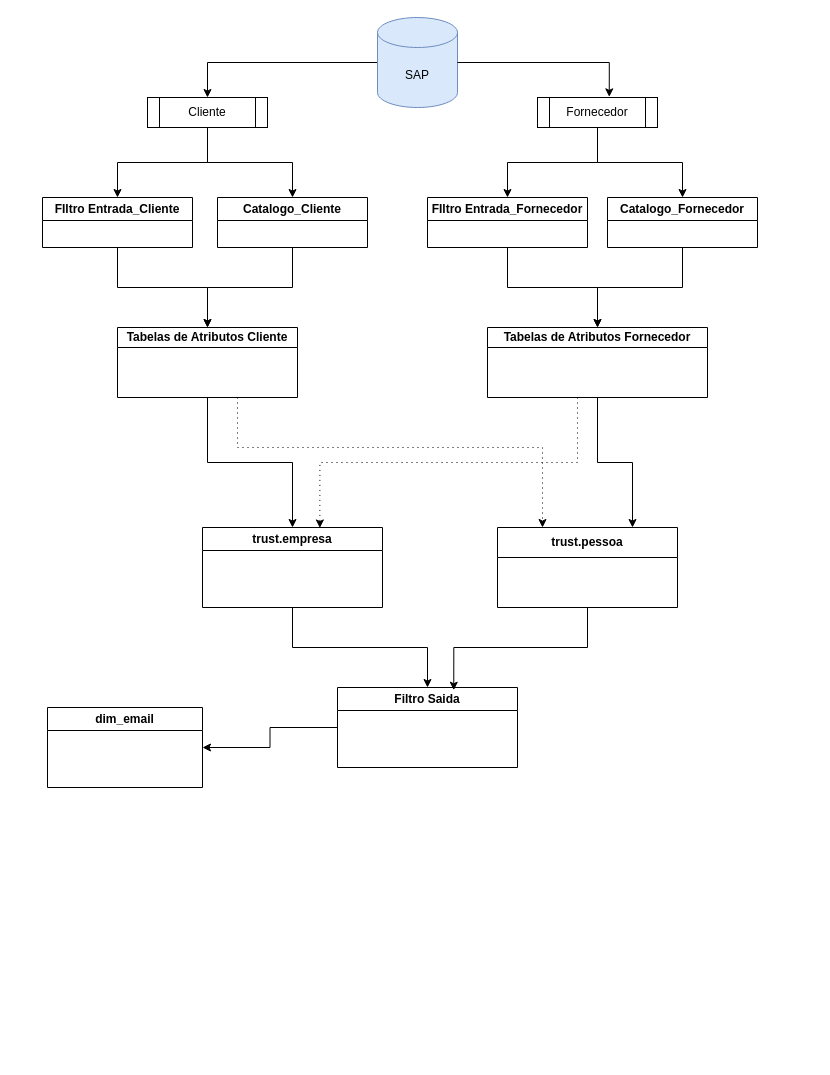
fabiomoraeslima/django-projeto1 keeps this draw.io diagram as Untitled Diagram.drawio. Above is the earlier version. Source tidied: cells renumbered, new cells numbered last; positions are measured from the earlier drawing's top-left corner, leaving out a move shared by most shapes. Both pictures are drawn from the tidied source at 100%, with x=0, y=0 at pixel (42, 17).
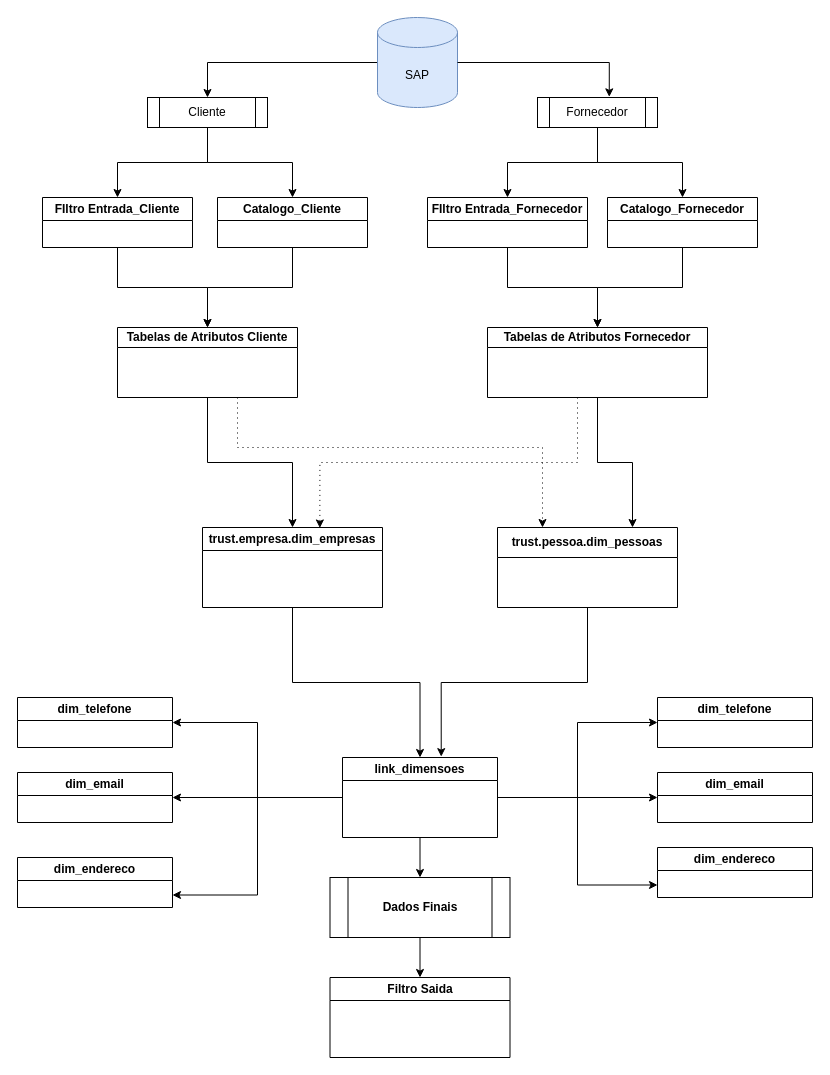
Above is the later version.

The edit, as a diff of the source:
```diff
@@
-    <mxCell id="24" style="edgeStyle=orthogonalEdgeStyle;rounded=0;jettySize=auto;html=1;entryX=0.5;entryY=0;entryDx=0;entryDy=0;" parent="1" edge="1" source="25" target="29">
-      <mxGeometry relative="1" as="geometry" />
-    </mxCell>
+    <mxCell id="32" style="edgeStyle=orthogonalEdgeStyle;rounded=0;jettySize=auto;html=1;" parent="1" edge="1" source="25" target="47">
+      <mxGeometry relative="1" as="geometry" />
+    </mxCell>
-    <mxCell id="25" value="trust.empresa" style="swimlane;whiteSpace=wrap;html=1;" parent="1" vertex="1">
+    <mxCell id="25" value="trust.empresa.dim_empresas" style="swimlane;whiteSpace=wrap;html=1;" parent="1" vertex="1">
       <mxGeometry x="160" y="510" width="180" height="80" as="geometry" />
     </mxCell>
-    <mxCell id="26" value="trust.pessoa" style="swimlane;whiteSpace=wrap;html=1;startSize=30;" parent="1" vertex="1">
+    <mxCell id="26" value="trust.pessoa.dim_pessoas" style="swimlane;whiteSpace=wrap;html=1;startSize=30;" parent="1" vertex="1">
       <mxGeometry x="455" y="510" width="180" height="80" as="geometry" />
     </mxCell>
@@
-    <mxCell id="28" style="edgeStyle=orthogonalEdgeStyle;rounded=0;jettySize=auto;html=1;entryX=1;entryY=0.5;entryDx=0;entryDy=0;" parent="1" edge="1" source="29" target="31">
-      <mxGeometry relative="1" as="geometry" />
-    </mxCell>
     <mxCell id="29" value="Filtro Saida" style="swimlane;whiteSpace=wrap;html=1;" parent="1" vertex="1">
-      <mxGeometry x="295" y="670" width="180" height="80" as="geometry" />
+      <mxGeometry x="287.5" y="960" width="180" height="80" as="geometry" />
     </mxCell>
-    <mxCell id="30" style="edgeStyle=orthogonalEdgeStyle;rounded=0;jettySize=auto;html=1;entryX=0.646;entryY=0.034;entryDx=0;entryDy=0;entryPerimeter=0;" parent="1" edge="1" source="26" target="29">
-      <mxGeometry relative="1" as="geometry" />
-    </mxCell>
-    <mxCell id="31" value="dim_email" style="swimlane;whiteSpace=wrap;html=1;" parent="1" vertex="1">
-      <mxGeometry x="5" y="690" width="155" height="80" as="geometry" />
+    <mxCell id="31" value="dim_telefone" style="swimlane;whiteSpace=wrap;html=1;" parent="1" vertex="1">
+      <mxGeometry x="-25" y="680" width="155" height="50" as="geometry" />
     </mxCell>
+    <mxCell id="33" value="dim_endereco" style="swimlane;whiteSpace=wrap;html=1;" parent="1" vertex="1">
+      <mxGeometry x="-25" y="840" width="155" height="50" as="geometry" />
+    </mxCell>
+    <mxCell id="34" value="dim_email" style="swimlane;whiteSpace=wrap;html=1;" parent="1" vertex="1">
+      <mxGeometry x="-25" y="755" width="155" height="50" as="geometry" />
+    </mxCell>
+    <mxCell id="35" value="dim_telefone" style="swimlane;whiteSpace=wrap;html=1;" parent="1" vertex="1">
+      <mxGeometry x="615" y="680" width="155" height="50" as="geometry" />
+    </mxCell>
+    <mxCell id="36" value="dim_endereco" style="swimlane;whiteSpace=wrap;html=1;" parent="1" vertex="1">
+      <mxGeometry x="615" y="830" width="155" height="50" as="geometry" />
+    </mxCell>
+    <mxCell id="37" value="dim_email" style="swimlane;whiteSpace=wrap;html=1;" parent="1" vertex="1">
+      <mxGeometry x="615" y="755" width="155" height="50" as="geometry" />
+    </mxCell>
+    <mxCell id="38" style="edgeStyle=orthogonalEdgeStyle;rounded=0;jettySize=auto;html=1;entryX=0.5;entryY=0;entryDx=0;entryDy=0;" parent="1" edge="1" source="39" target="29">
+      <mxGeometry relative="1" as="geometry" />
+    </mxCell>
+    <mxCell id="39" value="&lt;b&gt;Dados Finais&lt;/b&gt;" style="shape=process;whiteSpace=wrap;html=1;backgroundOutline=1;" parent="1" vertex="1">
+      <mxGeometry x="287.5" y="860" width="180" height="60" as="geometry" />
+    </mxCell>
+    <mxCell id="40" style="edgeStyle=orthogonalEdgeStyle;rounded=0;jettySize=auto;html=1;entryX=1;entryY=0.5;entryDx=0;entryDy=0;" parent="1" edge="1" source="47" target="31">
+      <mxGeometry relative="1" as="geometry" />
+    </mxCell>
+    <mxCell id="41" style="edgeStyle=orthogonalEdgeStyle;rounded=0;jettySize=auto;html=1;entryX=1;entryY=0.75;entryDx=0;entryDy=0;" parent="1" edge="1" source="47" target="33">
+      <mxGeometry relative="1" as="geometry" />
+    </mxCell>
+    <mxCell id="42" style="edgeStyle=orthogonalEdgeStyle;rounded=0;jettySize=auto;html=1;entryX=0.5;entryY=0;entryDx=0;entryDy=0;" parent="1" edge="1" source="47" target="39">
+      <mxGeometry relative="1" as="geometry" />
+    </mxCell>
+    <mxCell id="43" style="edgeStyle=orthogonalEdgeStyle;rounded=0;jettySize=auto;html=1;entryX=0;entryY=0.5;entryDx=0;entryDy=0;" parent="1" edge="1" source="47" target="35">
+      <mxGeometry relative="1" as="geometry" />
+    </mxCell>
+    <mxCell id="44" style="edgeStyle=orthogonalEdgeStyle;rounded=0;jettySize=auto;html=1;" parent="1" edge="1" source="47">
+      <mxGeometry relative="1" as="geometry">
+        <mxPoint x="615" y="780" as="targetPoint" />
+      </mxGeometry>
+    </mxCell>
+    <mxCell id="45" style="edgeStyle=orthogonalEdgeStyle;rounded=0;jettySize=auto;html=1;entryX=0;entryY=0.75;entryDx=0;entryDy=0;" parent="1" edge="1" source="47" target="36">
+      <mxGeometry relative="1" as="geometry" />
+    </mxCell>
+    <mxCell id="46" style="edgeStyle=orthogonalEdgeStyle;rounded=0;jettySize=auto;html=1;entryX=1;entryY=0.5;entryDx=0;entryDy=0;" parent="1" edge="1" source="47" target="34">
+      <mxGeometry relative="1" as="geometry" />
+    </mxCell>
+    <mxCell id="47" value="link_dimensoes" style="swimlane;whiteSpace=wrap;html=1;" parent="1" vertex="1">
+      <mxGeometry x="300" y="740" width="155" height="80" as="geometry" />
+    </mxCell>
+    <mxCell id="48" style="edgeStyle=orthogonalEdgeStyle;rounded=0;jettySize=auto;html=1;exitX=0.5;exitY=1;exitDx=0;exitDy=0;entryX=0.637;entryY=-0.011;entryDx=0;entryDy=0;entryPerimeter=0;" parent="1" edge="1" source="26" target="47">
+      <mxGeometry relative="1" as="geometry" />
+    </mxCell>
```
